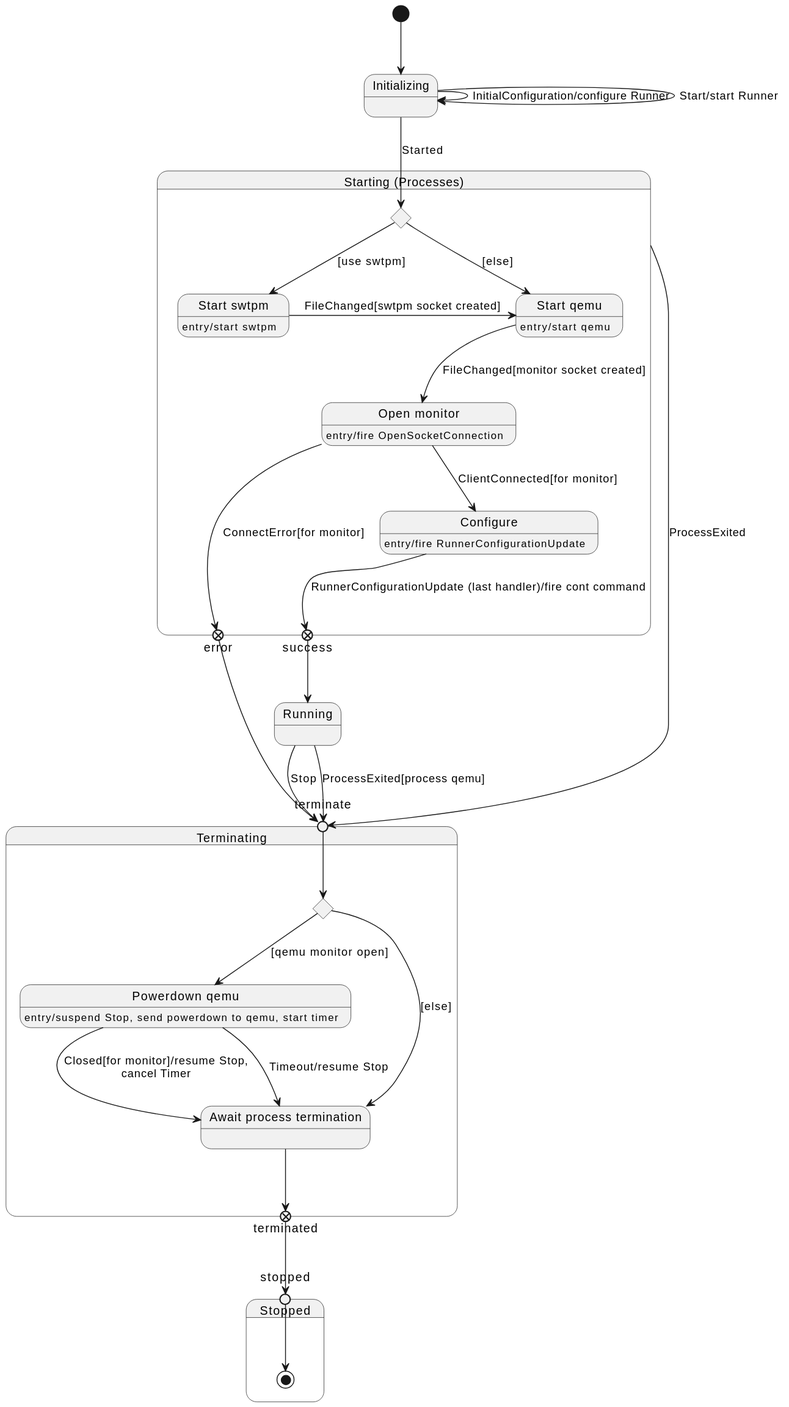
The PlantUML diagram javadoc/org/jdrupes/vmoperator/runner/qemu/RunnerStates.svg in mnlipp/VM-Operator, before a commit.
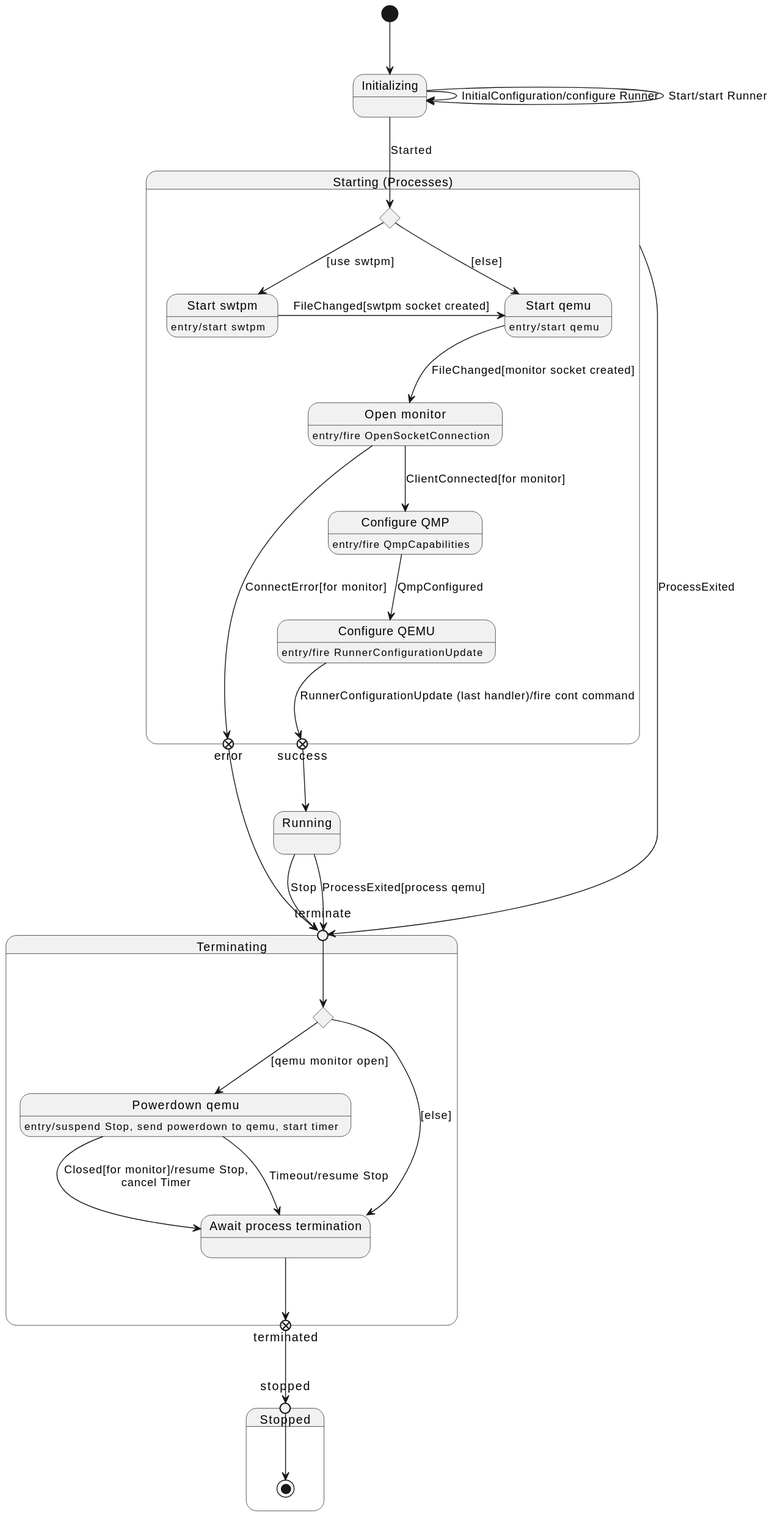
Later version of the same file.

The edit, as a diff of the source:
```diff
@@ -9,7 +9,8 @@
      state "Start swtpm" as swtpm
      state "Start qemu" as qemu
      state "Open monitor" as monitor
-     state "Configure" as configure
+     state "Configure QMP" as waitForConfigured
+     state "Configure QEMU" as configure
      state success <<exitPoint>>
      state error <<exitPoint>>
 
@@ -23,8 +24,11 @@
      qemu --> monitor : FileChanged[monitor socket created]
 
      monitor: entry/fire OpenSocketConnection
-     monitor --> configure: ClientConnected[for monitor]
+     monitor --> waitForConfigured: ClientConnected[for monitor]
      monitor -> error: ConnectError[for monitor]
+
+     waitForConfigured: entry/fire QmpCapabilities
+     waitForConfigured --> configure: QmpConfigured
 
      configure: entry/fire RunnerConfigurationUpdate
      configure --> success: RunnerConfigurationUpdate (last handler)/fire cont command
```
